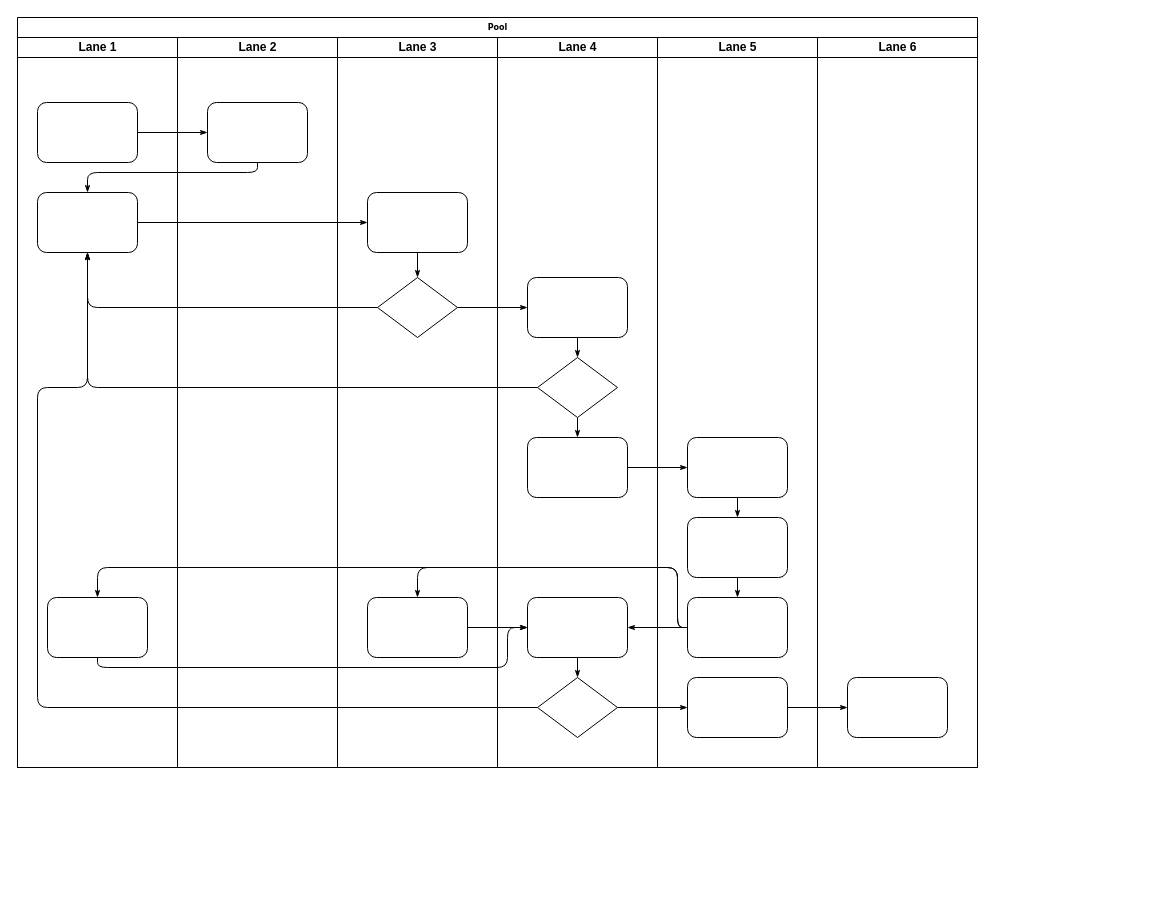
Earlier version of the draw.io diagram 通知.drawio (58social/tools). Source tidied: cells renumbered, new cells numbered last; positions are measured from the earlier drawing's top-left corner, leaving out a move shared by most shapes. Both pictures are drawn from the tidied source at 100%, with x=0, y=0 at pixel (17, 17).
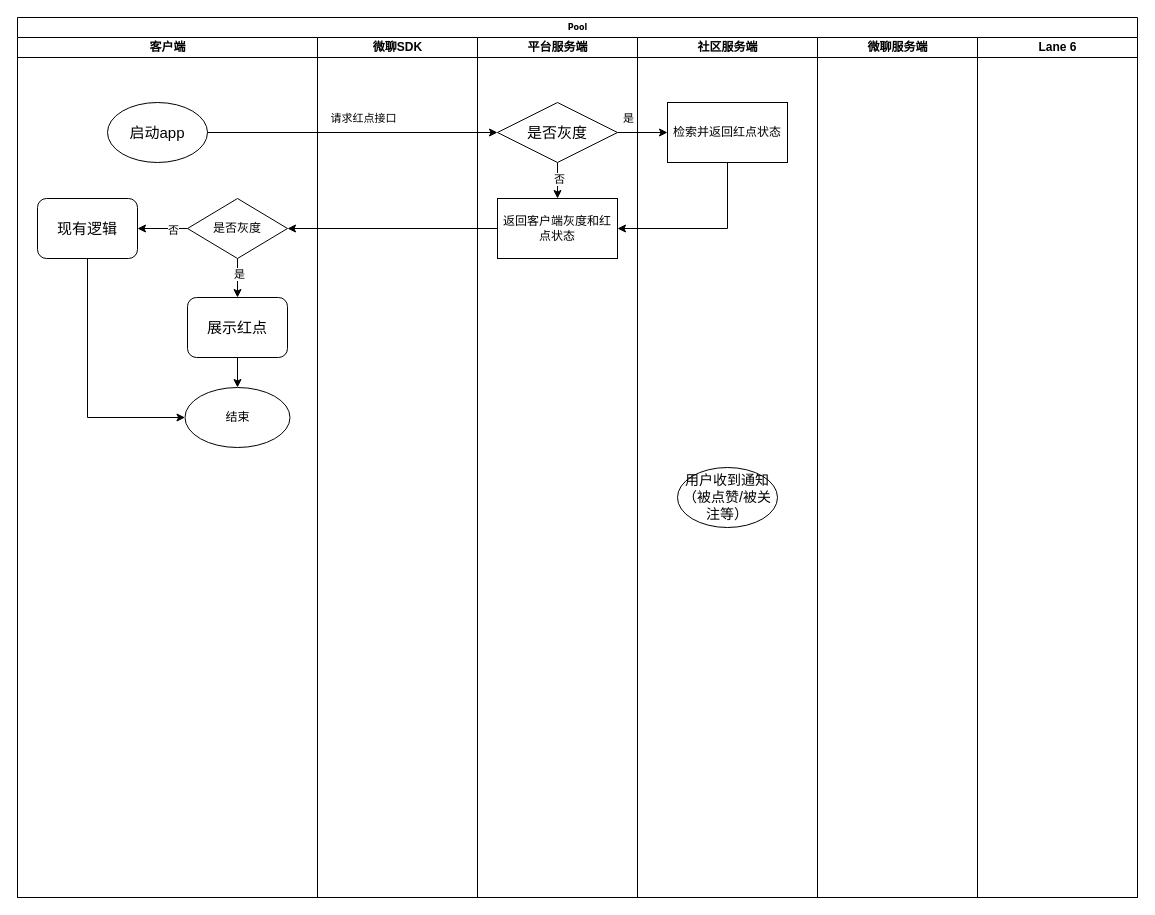
Above is the later version.

What changed in the source:
```diff
@@
     <mxCell id="2" value="Pool" style="swimlane;html=1;startSize=20;rounded=0;shadow=0;labelBackgroundColor=none;strokeWidth=1;fontFamily=Verdana;fontSize=8;align=center;" parent="1" vertex="1">
-      <mxGeometry width="960" height="750" as="geometry" />
+      <mxGeometry width="1120" height="880" as="geometry" />
     </mxCell>
-    <mxCell id="3" value="Lane 1" style="swimlane;html=1;startSize=20;" parent="2" vertex="1">
-      <mxGeometry y="20" width="160" height="730" as="geometry" />
+    <mxCell id="3" value="客户端" style="swimlane;html=1;startSize=20;" parent="2" vertex="1">
+      <mxGeometry y="20" width="300" height="860" as="geometry" />
     </mxCell>
-    <mxCell id="4" style="rounded=1;whiteSpace=wrap;html=1;shadow=0;labelBackgroundColor=none;strokeWidth=1;fontFamily=Verdana;fontSize=8;align=center;" parent="3" vertex="1">
-      <mxGeometry x="20" y="65" width="100" height="60" as="geometry" />
+    <mxCell id="4" value="&lt;font style=&quot;font-size: 15px;&quot;&gt;启动app&lt;/font&gt;" style="ellipse;whiteSpace=wrap;html=1;" parent="3" vertex="1">
+      <mxGeometry x="90" y="65" width="100" height="60" as="geometry" />
     </mxCell>
-    <mxCell id="5" style="rounded=1;whiteSpace=wrap;html=1;shadow=0;labelBackgroundColor=none;strokeWidth=1;fontFamily=Verdana;fontSize=8;align=center;" parent="3" vertex="1">
-      <mxGeometry x="20" y="155" width="100" height="60" as="geometry" />
-    </mxCell>
-    <mxCell id="6" style="rounded=1;whiteSpace=wrap;html=1;shadow=0;labelBackgroundColor=none;strokeWidth=1;fontFamily=Verdana;fontSize=8;align=center;" parent="3" vertex="1">
-      <mxGeometry x="30" y="560" width="100" height="60" as="geometry" />
-    </mxCell>
-    <mxCell id="7" style="edgeStyle=orthogonalEdgeStyle;rounded=1;html=1;labelBackgroundColor=none;startArrow=none;startFill=0;startSize=5;endArrow=classicThin;endFill=1;endSize=5;jettySize=auto;strokeWidth=1;fontFamily=Verdana;fontSize=8;" parent="2" edge="1" source="4" target="23">
-      <mxGeometry relative="1" as="geometry" />
-    </mxCell>
-    <mxCell id="8" style="edgeStyle=orthogonalEdgeStyle;rounded=1;html=1;labelBackgroundColor=none;startArrow=none;startFill=0;startSize=5;endArrow=classicThin;endFill=1;endSize=5;jettySize=auto;strokeWidth=1;fontFamily=Verdana;fontSize=8;" parent="2" edge="1" source="23" target="5">
-      <mxGeometry relative="1" as="geometry">
-        <Array as="points">
-          <mxPoint x="240" y="155" />
-          <mxPoint x="70" y="155" />
-        </Array>
-      </mxGeometry>
-    </mxCell>
-    <mxCell id="9" style="edgeStyle=orthogonalEdgeStyle;rounded=1;html=1;labelBackgroundColor=none;startArrow=none;startFill=0;startSize=5;endArrow=classicThin;endFill=1;endSize=5;jettySize=auto;strokeWidth=1;fontFamily=Verdana;fontSize=8;" parent="2" edge="1" source="5" target="25">
-      <mxGeometry relative="1" as="geometry" />
-    </mxCell>
-    <mxCell id="10" style="edgeStyle=orthogonalEdgeStyle;rounded=1;html=1;labelBackgroundColor=none;startArrow=none;startFill=0;startSize=5;endArrow=classicThin;endFill=1;endSize=5;jettySize=auto;strokeWidth=1;fontFamily=Verdana;fontSize=8;" parent="2" edge="1" source="26" target="5">
-      <mxGeometry relative="1" as="geometry" />
-    </mxCell>
-    <mxCell id="11" style="edgeStyle=orthogonalEdgeStyle;rounded=1;html=1;labelBackgroundColor=none;startArrow=none;startFill=0;startSize=5;endArrow=classicThin;endFill=1;endSize=5;jettySize=auto;strokeWidth=1;fontFamily=Verdana;fontSize=8;" parent="2" edge="1" source="31" target="5">
-      <mxGeometry relative="1" as="geometry" />
-    </mxCell>
-    <mxCell id="12" style="edgeStyle=orthogonalEdgeStyle;rounded=1;html=1;labelBackgroundColor=none;startArrow=none;startFill=0;startSize=5;endArrow=classicThin;endFill=1;endSize=5;jettySize=auto;strokeWidth=1;fontFamily=Verdana;fontSize=8;" parent="2" edge="1" source="34" target="5">
-      <mxGeometry relative="1" as="geometry">
-        <Array as="points">
-          <mxPoint x="20" y="690" />
-          <mxPoint x="20" y="370" />
-          <mxPoint x="70" y="370" />
-        </Array>
-      </mxGeometry>
-    </mxCell>
-    <mxCell id="13" style="edgeStyle=orthogonalEdgeStyle;rounded=1;html=1;labelBackgroundColor=none;startArrow=none;startFill=0;startSize=5;endArrow=classicThin;endFill=1;endSize=5;jettySize=auto;strokeWidth=1;fontFamily=Verdana;fontSize=8;" parent="2" edge="1" source="26" target="30">
-      <mxGeometry relative="1" as="geometry" />
-    </mxCell>
-    <mxCell id="14" style="edgeStyle=orthogonalEdgeStyle;rounded=1;html=1;labelBackgroundColor=none;startArrow=none;startFill=0;startSize=5;endArrow=classicThin;endFill=1;endSize=5;jettySize=auto;strokeWidth=1;fontFamily=Verdana;fontSize=8;" parent="2" edge="1" source="34" target="42">
-      <mxGeometry relative="1" as="geometry" />
-    </mxCell>
-    <mxCell id="15" style="edgeStyle=orthogonalEdgeStyle;rounded=1;html=1;labelBackgroundColor=none;startArrow=none;startFill=0;startSize=5;endArrow=classicThin;endFill=1;endSize=5;jettySize=auto;strokeWidth=1;fontFamily=Verdana;fontSize=8;" parent="2" edge="1" source="42" target="46">
-      <mxGeometry relative="1" as="geometry" />
-    </mxCell>
-    <mxCell id="16" style="edgeStyle=orthogonalEdgeStyle;rounded=1;html=1;labelBackgroundColor=none;startArrow=none;startFill=0;startSize=5;endArrow=classicThin;endFill=1;endSize=5;jettySize=auto;strokeWidth=1;fontFamily=Verdana;fontSize=8;" parent="2" edge="1" source="32" target="39">
-      <mxGeometry relative="1" as="geometry" />
-    </mxCell>
-    <mxCell id="17" style="edgeStyle=orthogonalEdgeStyle;rounded=1;html=1;labelBackgroundColor=none;startArrow=none;startFill=0;startSize=5;endArrow=classicThin;endFill=1;endSize=5;jettySize=auto;strokeWidth=1;fontFamily=Verdana;fontSize=8;" parent="2" edge="1" source="41" target="27">
-      <mxGeometry relative="1" as="geometry">
-        <Array as="points">
-          <mxPoint x="660" y="610" />
-          <mxPoint x="660" y="550" />
-          <mxPoint x="400" y="550" />
-        </Array>
-      </mxGeometry>
-    </mxCell>
-    <mxCell id="18" style="edgeStyle=orthogonalEdgeStyle;rounded=1;html=1;labelBackgroundColor=none;startArrow=none;startFill=0;startSize=5;endArrow=classicThin;endFill=1;endSize=5;jettySize=auto;strokeColor=#000000;strokeWidth=1;fontFamily=Verdana;fontSize=8;fontColor=#000000;" parent="2" edge="1" source="41" target="33">
-      <mxGeometry relative="1" as="geometry" />
-    </mxCell>
-    <mxCell id="19" style="edgeStyle=orthogonalEdgeStyle;rounded=1;html=1;labelBackgroundColor=none;startArrow=none;startFill=0;startSize=5;endArrow=classicThin;endFill=1;endSize=5;jettySize=auto;strokeWidth=1;fontFamily=Verdana;fontSize=8;" parent="2" edge="1" source="41" target="6">
-      <mxGeometry relative="1" as="geometry">
-        <Array as="points">
-          <mxPoint x="660" y="610" />
-          <mxPoint x="660" y="550" />
-          <mxPoint x="80" y="550" />
-        </Array>
-      </mxGeometry>
-    </mxCell>
-    <mxCell id="20" style="edgeStyle=orthogonalEdgeStyle;rounded=1;html=1;labelBackgroundColor=none;startArrow=none;startFill=0;startSize=5;endArrow=classicThin;endFill=1;endSize=5;jettySize=auto;strokeWidth=1;fontFamily=Verdana;fontSize=8;" parent="2" edge="1" source="6" target="33">
-      <mxGeometry relative="1" as="geometry">
-        <Array as="points">
-          <mxPoint x="80" y="650" />
-          <mxPoint x="490" y="650" />
-          <mxPoint x="490" y="610" />
-        </Array>
-      </mxGeometry>
-    </mxCell>
-    <mxCell id="21" style="edgeStyle=orthogonalEdgeStyle;rounded=1;html=1;labelBackgroundColor=none;startArrow=none;startFill=0;startSize=5;endArrow=classicThin;endFill=1;endSize=5;jettySize=auto;strokeWidth=1;fontFamily=Verdana;fontSize=8;" parent="2" edge="1" source="27" target="33">
-      <mxGeometry relative="1" as="geometry" />
-    </mxCell>
+    <mxCell id="47" style="edgeStyle=orthogonalEdgeStyle;rounded=0;jettySize=auto;html=1;exitX=0.5;exitY=1;exitDx=0;exitDy=0;" parent="3" edge="1" source="51" target="53">
+      <mxGeometry relative="1" as="geometry" />
+    </mxCell>
+    <mxCell id="48" value="是" style="edgeLabel;html=1;align=center;verticalAlign=middle;" parent="47" vertex="1">
+      <mxGeometry x="-0.29" y="1" relative="1" as="geometry" />
+    </mxCell>
+    <mxCell id="49" style="edgeStyle=orthogonalEdgeStyle;rounded=0;jettySize=auto;html=1;exitX=0;exitY=0.5;exitDx=0;exitDy=0;entryX=1;entryY=0.5;entryDx=0;entryDy=0;" parent="3" edge="1" source="51" target="55">
+      <mxGeometry relative="1" as="geometry" />
+    </mxCell>
+    <mxCell id="50" value="否" style="edgeLabel;html=1;align=center;verticalAlign=middle;" parent="49" vertex="1">
+      <mxGeometry x="-0.42" y="1" relative="1" as="geometry" />
+    </mxCell>
+    <mxCell id="51" value="是否灰度" style="rhombus;whiteSpace=wrap;html=1;" parent="3" vertex="1">
+      <mxGeometry x="170" y="161" width="100" height="60" as="geometry" />
+    </mxCell>
+    <mxCell id="52" style="edgeStyle=orthogonalEdgeStyle;rounded=0;jettySize=auto;html=1;exitX=0.5;exitY=1;exitDx=0;exitDy=0;entryX=0.5;entryY=0;entryDx=0;entryDy=0;" parent="3" edge="1" source="53" target="56">
+      <mxGeometry relative="1" as="geometry" />
+    </mxCell>
+    <mxCell id="53" value="&lt;span style=&quot;font-size: 15px;&quot;&gt;展示红点&lt;/span&gt;" style="rounded=1;whiteSpace=wrap;html=1;shadow=0;labelBackgroundColor=none;strokeWidth=1;fontFamily=Verdana;fontSize=8;align=center;" parent="3" vertex="1">
+      <mxGeometry x="170" y="260" width="100" height="60" as="geometry" />
+    </mxCell>
+    <mxCell id="54" style="edgeStyle=orthogonalEdgeStyle;rounded=0;jettySize=auto;html=1;exitX=0.5;exitY=1;exitDx=0;exitDy=0;entryX=0;entryY=0.5;entryDx=0;entryDy=0;" parent="3" edge="1" source="55" target="56">
+      <mxGeometry relative="1" as="geometry" />
+    </mxCell>
+    <mxCell id="55" value="&lt;span style=&quot;font-size: 15px;&quot;&gt;现有逻辑&lt;/span&gt;" style="rounded=1;whiteSpace=wrap;html=1;shadow=0;labelBackgroundColor=none;strokeWidth=1;fontFamily=Verdana;fontSize=8;align=center;" parent="3" vertex="1">
+      <mxGeometry x="20" y="161" width="100" height="60" as="geometry" />
+    </mxCell>
+    <mxCell id="56" value="结束" style="ellipse;whiteSpace=wrap;html=1;" parent="3" vertex="1">
+      <mxGeometry x="167.5" y="350" width="105" height="60" as="geometry" />
+    </mxCell>
-    <mxCell id="22" value="Lane 2" style="swimlane;html=1;startSize=20;" parent="2" vertex="1">
-      <mxGeometry x="160" y="20" width="160" height="730" as="geometry" />
+    <mxCell id="22" value="微聊SDK" style="swimlane;html=1;startSize=20;" parent="2" vertex="1">
+      <mxGeometry x="300" y="20" width="160" height="860" as="geometry" />
     </mxCell>
-    <mxCell id="23" style="rounded=1;whiteSpace=wrap;html=1;shadow=0;labelBackgroundColor=none;strokeWidth=1;fontFamily=Verdana;fontSize=8;align=center;" parent="22" vertex="1">
-      <mxGeometry x="30" y="65" width="100" height="60" as="geometry" />
-    </mxCell>
-    <mxCell id="24" value="Lane 3" style="swimlane;html=1;startSize=20;" parent="2" vertex="1">
-      <mxGeometry x="320" y="20" width="160" height="730" as="geometry" />
+    <mxCell id="24" value="平台服务端" style="swimlane;html=1;startSize=20;" parent="2" vertex="1">
+      <mxGeometry x="460" y="20" width="160" height="860" as="geometry" />
     </mxCell>
-    <mxCell id="25" style="rounded=1;whiteSpace=wrap;html=1;shadow=0;labelBackgroundColor=none;strokeWidth=1;fontFamily=Verdana;fontSize=8;align=center;" parent="24" vertex="1">
-      <mxGeometry x="30" y="155" width="100" height="60" as="geometry" />
-    </mxCell>
-    <mxCell id="26" style="rhombus;whiteSpace=wrap;html=1;rounded=0;shadow=0;labelBackgroundColor=none;strokeWidth=1;fontFamily=Verdana;fontSize=8;align=center;" parent="24" vertex="1">
-      <mxGeometry x="40" y="240" width="80" height="60" as="geometry" />
-    </mxCell>
-    <mxCell id="27" style="rounded=1;whiteSpace=wrap;html=1;shadow=0;labelBackgroundColor=none;strokeWidth=1;fontFamily=Verdana;fontSize=8;align=center;" parent="24" vertex="1">
-      <mxGeometry x="30" y="560" width="100" height="60" as="geometry" />
-    </mxCell>
-    <mxCell id="28" style="edgeStyle=orthogonalEdgeStyle;rounded=1;html=1;labelBackgroundColor=none;startArrow=none;startFill=0;startSize=5;endArrow=classicThin;endFill=1;endSize=5;jettySize=auto;strokeWidth=1;fontFamily=Verdana;fontSize=8;" parent="24" edge="1" source="25" target="26">
-      <mxGeometry relative="1" as="geometry" />
-    </mxCell>
+    <mxCell id="57" style="edgeStyle=orthogonalEdgeStyle;rounded=0;jettySize=auto;html=1;" parent="24" edge="1" source="59" target="60">
+      <mxGeometry relative="1" as="geometry" />
+    </mxCell>
+    <mxCell id="58" value="否" style="edgeLabel;html=1;align=center;verticalAlign=middle;" parent="57" vertex="1">
+      <mxGeometry x="-0.28" y="1" relative="1" as="geometry" />
+    </mxCell>
+    <mxCell id="59" value="&lt;font style=&quot;font-size: 15px;&quot;&gt;是否灰度&lt;/font&gt;" style="rhombus;whiteSpace=wrap;html=1;" parent="24" vertex="1">
+      <mxGeometry x="20" y="65" width="120" height="60" as="geometry" />
+    </mxCell>
+    <mxCell id="60" value="返回客户端灰度和红点状态" style="whiteSpace=wrap;html=1;" parent="24" vertex="1">
+      <mxGeometry x="20" y="161" width="120" height="60" as="geometry" />
+    </mxCell>
+    <mxCell id="61" style="edgeStyle=orthogonalEdgeStyle;rounded=0;jettySize=auto;html=1;exitX=0;exitY=0.5;exitDx=0;exitDy=0;entryX=1;entryY=0.5;entryDx=0;entryDy=0;" parent="2" edge="1" source="60" target="51">
+      <mxGeometry relative="1" as="geometry" />
+    </mxCell>
-    <mxCell id="29" value="Lane 4" style="swimlane;html=1;startSize=20;" parent="2" vertex="1">
-      <mxGeometry x="480" y="20" width="160" height="730" as="geometry" />
+    <mxCell id="29" value="社区服务端" style="swimlane;html=1;startSize=20;" parent="2" vertex="1">
+      <mxGeometry x="620" y="20" width="180" height="860" as="geometry" />
     </mxCell>
-    <mxCell id="30" style="rounded=1;whiteSpace=wrap;html=1;shadow=0;labelBackgroundColor=none;strokeWidth=1;fontFamily=Verdana;fontSize=8;align=center;" parent="29" vertex="1">
-      <mxGeometry x="30" y="240" width="100" height="60" as="geometry" />
-    </mxCell>
-    <mxCell id="31" style="rhombus;whiteSpace=wrap;html=1;rounded=0;shadow=0;labelBackgroundColor=none;strokeWidth=1;fontFamily=Verdana;fontSize=8;align=center;" parent="29" vertex="1">
-      <mxGeometry x="40" y="320" width="80" height="60" as="geometry" />
-    </mxCell>
-    <mxCell id="32" style="rounded=1;whiteSpace=wrap;html=1;shadow=0;labelBackgroundColor=none;strokeWidth=1;fontFamily=Verdana;fontSize=8;align=center;" parent="29" vertex="1">
-      <mxGeometry x="30" y="400" width="100" height="60" as="geometry" />
-    </mxCell>
-    <mxCell id="33" style="rounded=1;whiteSpace=wrap;html=1;shadow=0;labelBackgroundColor=none;strokeWidth=1;fontFamily=Verdana;fontSize=8;align=center;" parent="29" vertex="1">
-      <mxGeometry x="30" y="560" width="100" height="60" as="geometry" />
-    </mxCell>
-    <mxCell id="34" style="rhombus;whiteSpace=wrap;html=1;rounded=0;shadow=0;labelBackgroundColor=none;strokeWidth=1;fontFamily=Verdana;fontSize=8;align=center;" parent="29" vertex="1">
-      <mxGeometry x="40" y="640" width="80" height="60" as="geometry" />
-    </mxCell>
-    <mxCell id="35" style="edgeStyle=orthogonalEdgeStyle;rounded=1;html=1;labelBackgroundColor=none;startArrow=none;startFill=0;startSize=5;endArrow=classicThin;endFill=1;endSize=5;jettySize=auto;strokeColor=#000000;strokeWidth=1;fontFamily=Verdana;fontSize=8;fontColor=#000000;" parent="29" edge="1" source="30" target="31">
-      <mxGeometry relative="1" as="geometry" />
-    </mxCell>
-    <mxCell id="36" style="edgeStyle=orthogonalEdgeStyle;rounded=1;html=1;labelBackgroundColor=none;startArrow=none;startFill=0;startSize=5;endArrow=classicThin;endFill=1;endSize=5;jettySize=auto;strokeWidth=1;fontFamily=Verdana;fontSize=8;" parent="29" edge="1" source="31" target="32">
-      <mxGeometry relative="1" as="geometry" />
-    </mxCell>
-    <mxCell id="37" style="edgeStyle=orthogonalEdgeStyle;rounded=1;html=1;labelBackgroundColor=none;startArrow=none;startFill=0;startSize=5;endArrow=classicThin;endFill=1;endSize=5;jettySize=auto;strokeWidth=1;fontFamily=Verdana;fontSize=8;" parent="29" edge="1" source="33" target="34">
-      <mxGeometry relative="1" as="geometry" />
-    </mxCell>
+    <mxCell id="62" value="检索并返回红点状态" style="whiteSpace=wrap;html=1;" parent="29" vertex="1">
+      <mxGeometry x="30" y="65" width="120" height="60" as="geometry" />
+    </mxCell>
+    <mxCell id="63" value="&lt;font style=&quot;font-size: 14px;&quot;&gt;用户收到通知&lt;/font&gt;&lt;div style=&quot;font-size: 14px;&quot;&gt;&lt;span style=&quot;font-size: 14px;&quot;&gt;（被点赞/被关注等）&lt;/span&gt;&lt;/div&gt;" style="ellipse;whiteSpace=wrap;html=1;fontSize=14;" parent="29" vertex="1">
+      <mxGeometry x="40" y="430" width="100" height="60" as="geometry" />
+    </mxCell>
-    <mxCell id="38" value="Lane 5" style="swimlane;html=1;startSize=20;" parent="2" vertex="1">
-      <mxGeometry x="640" y="20" width="160" height="730" as="geometry" />
+    <mxCell id="38" value="微聊服务端" style="swimlane;html=1;startSize=20;" parent="2" vertex="1">
+      <mxGeometry x="800" y="20" width="160" height="860" as="geometry" />
     </mxCell>
-    <mxCell id="39" style="rounded=1;whiteSpace=wrap;html=1;shadow=0;labelBackgroundColor=none;strokeWidth=1;fontFamily=Verdana;fontSize=8;align=center;" parent="38" vertex="1">
-      <mxGeometry x="30" y="400" width="100" height="60" as="geometry" />
-    </mxCell>
-    <mxCell id="40" style="rounded=1;whiteSpace=wrap;html=1;shadow=0;labelBackgroundColor=none;strokeWidth=1;fontFamily=Verdana;fontSize=8;align=center;" parent="38" vertex="1">
-      <mxGeometry x="30" y="480" width="100" height="60" as="geometry" />
-    </mxCell>
-    <mxCell id="41" style="rounded=1;whiteSpace=wrap;html=1;shadow=0;labelBackgroundColor=none;strokeWidth=1;fontFamily=Verdana;fontSize=8;align=center;" parent="38" vertex="1">
-      <mxGeometry x="30" y="560" width="100" height="60" as="geometry" />
-    </mxCell>
-    <mxCell id="42" style="rounded=1;whiteSpace=wrap;html=1;shadow=0;labelBackgroundColor=none;strokeWidth=1;fontFamily=Verdana;fontSize=8;align=center;" parent="38" vertex="1">
-      <mxGeometry x="30" y="640" width="100" height="60" as="geometry" />
-    </mxCell>
-    <mxCell id="43" style="edgeStyle=orthogonalEdgeStyle;rounded=1;html=1;labelBackgroundColor=none;startArrow=none;startFill=0;startSize=5;endArrow=classicThin;endFill=1;endSize=5;jettySize=auto;strokeWidth=1;fontFamily=Verdana;fontSize=8;" parent="38" edge="1" source="39" target="40">
-      <mxGeometry relative="1" as="geometry" />
-    </mxCell>
-    <mxCell id="44" style="edgeStyle=orthogonalEdgeStyle;rounded=1;html=1;labelBackgroundColor=none;startArrow=none;startFill=0;startSize=5;endArrow=classicThin;endFill=1;endSize=5;jettySize=auto;strokeWidth=1;fontFamily=Verdana;fontSize=8;" parent="38" edge="1" source="40" target="41">
-      <mxGeometry relative="1" as="geometry" />
-    </mxCell>
     <mxCell id="45" value="Lane 6" style="swimlane;html=1;startSize=20;" parent="2" vertex="1">
-      <mxGeometry x="800" y="20" width="160" height="730" as="geometry" />
+      <mxGeometry x="960" y="20" width="160" height="860" as="geometry" />
     </mxCell>
-    <mxCell id="46" style="rounded=1;whiteSpace=wrap;html=1;shadow=0;labelBackgroundColor=none;strokeWidth=1;fontFamily=Verdana;fontSize=8;align=center;" parent="45" vertex="1">
-      <mxGeometry x="30" y="640" width="100" height="60" as="geometry" />
-    </mxCell>
+    <mxCell id="64" style="edgeStyle=orthogonalEdgeStyle;rounded=0;jettySize=auto;html=1;" parent="2" edge="1" source="4" target="59">
+      <mxGeometry relative="1" as="geometry" />
+    </mxCell>
+    <mxCell id="65" value="请求红点接口" style="edgeLabel;html=1;align=center;verticalAlign=middle;horizontal=1;" parent="64" vertex="1">
+      <mxGeometry relative="1" as="geometry">
+        <mxPoint x="10" y="-15" as="offset" />
+      </mxGeometry>
+    </mxCell>
+    <mxCell id="66" style="edgeStyle=orthogonalEdgeStyle;rounded=0;jettySize=auto;html=1;" parent="2" edge="1" source="59" target="62">
+      <mxGeometry relative="1" as="geometry" />
+    </mxCell>
+    <mxCell id="67" value="是" style="edgeLabel;html=1;align=center;verticalAlign=middle;" parent="66" vertex="1">
+      <mxGeometry x="0.32" y="2" relative="1" as="geometry">
+        <mxPoint x="-23" y="-13" as="offset" />
+      </mxGeometry>
+    </mxCell>
+    <mxCell id="68" style="edgeStyle=orthogonalEdgeStyle;rounded=0;jettySize=auto;html=1;entryX=1;entryY=0.5;entryDx=0;entryDy=0;exitX=0.5;exitY=1;exitDx=0;exitDy=0;" parent="2" edge="1" source="62" target="60">
+      <mxGeometry relative="1" as="geometry" />
+    </mxCell>
```
